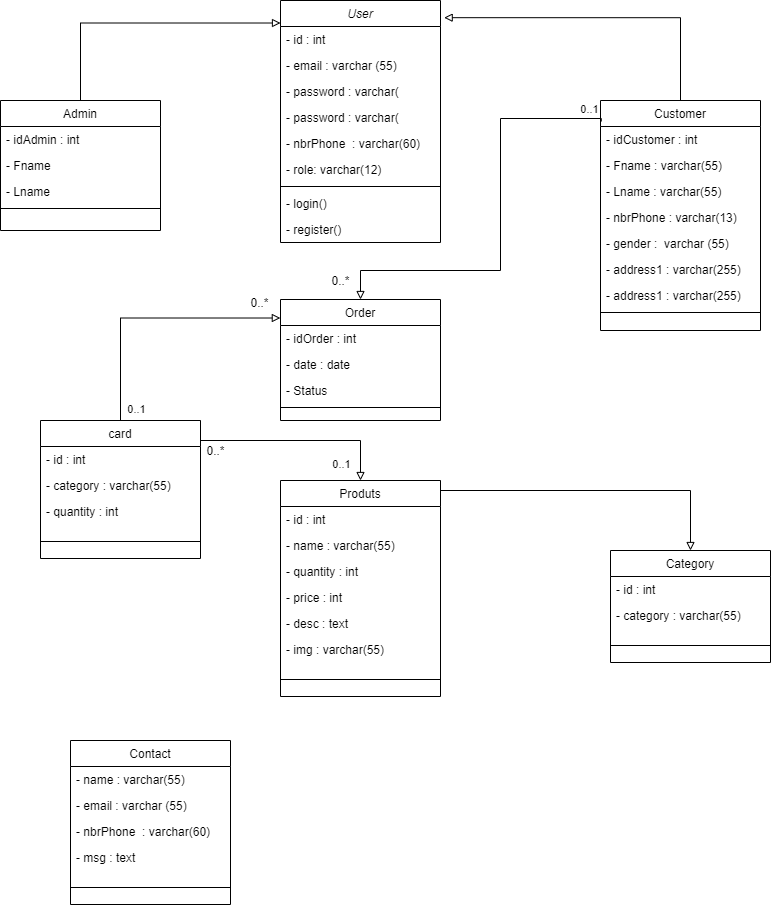
yassineelhoubi/ecommerce-website keeps this draw.io diagram as UML/Class Diagram.png. Above is the earlier version. Source tidied: cells renumbered, new cells last; positions are measured from the earlier drawing's top-left corner, leaving out a move shared by most shapes. Its diagram source:
```xml
<mxGraphModel>
  <root>
    <mxCell id="0" />
    <mxCell id="1" parent="0" />
    <mxCell id="2" value="User" style="swimlane;fontStyle=2;align=center;verticalAlign=top;horizontal=1;startSize=26;rounded=0;shadow=0;strokeWidth=1;" parent="1" vertex="1">
      <mxGeometry x="280" width="160" height="242" as="geometry" />
    </mxCell>
    <mxCell id="3" value="- id : int" style="text;align=left;verticalAlign=top;spacingLeft=4;spacingRight=4;overflow=hidden;" parent="2" vertex="1">
      <mxGeometry y="26" width="160" height="26" as="geometry" />
    </mxCell>
    <mxCell id="4" value="- email : varchar (55)" style="text;align=left;verticalAlign=top;spacingLeft=4;spacingRight=4;overflow=hidden;rounded=0;shadow=0;html=0;" parent="2" vertex="1">
      <mxGeometry y="52" width="160" height="26" as="geometry" />
    </mxCell>
    <mxCell id="5" value="- password : varchar(" style="text;align=left;verticalAlign=top;spacingLeft=4;spacingRight=4;overflow=hidden;rounded=0;shadow=0;html=0;" parent="2" vertex="1">
      <mxGeometry y="78" width="160" height="26" as="geometry" />
    </mxCell>
    <mxCell id="6" value="- password : varchar(" style="text;align=left;verticalAlign=top;spacingLeft=4;spacingRight=4;overflow=hidden;rounded=0;shadow=0;html=0;" parent="2" vertex="1">
      <mxGeometry y="104" width="160" height="26" as="geometry" />
    </mxCell>
    <mxCell id="7" value="- nbrPhone  : varchar(60)" style="text;align=left;verticalAlign=top;spacingLeft=4;spacingRight=4;overflow=hidden;rounded=0;shadow=0;html=0;" parent="2" vertex="1">
      <mxGeometry y="130" width="160" height="26" as="geometry" />
    </mxCell>
    <mxCell id="8" value="- role: varchar(12)" style="text;align=left;verticalAlign=top;spacingLeft=4;spacingRight=4;overflow=hidden;rounded=0;shadow=0;html=0;" parent="2" vertex="1">
      <mxGeometry y="156" width="160" height="26" as="geometry" />
    </mxCell>
    <mxCell id="9" style="line;html=1;strokeWidth=1;align=left;verticalAlign=middle;spacingTop=-1;spacingLeft=3;spacingRight=3;labelPosition=right;" parent="2" vertex="1">
      <mxGeometry y="182" width="160" height="8" as="geometry" />
    </mxCell>
    <mxCell id="10" value="- login()" style="text;align=left;verticalAlign=top;spacingLeft=4;spacingRight=4;overflow=hidden;" parent="2" vertex="1">
      <mxGeometry y="190" width="160" height="26" as="geometry" />
    </mxCell>
    <mxCell id="11" value="- register()" style="text;align=left;verticalAlign=top;spacingLeft=4;spacingRight=4;overflow=hidden;" parent="2" vertex="1">
      <mxGeometry y="216" width="160" height="26" as="geometry" />
    </mxCell>
    <mxCell id="12" style="edgeStyle=orthogonalEdgeStyle;rounded=0;jettySize=auto;html=1;exitX=0.5;exitY=0;exitDx=0;exitDy=0;entryX=0;entryY=0.093;entryDx=0;entryDy=0;endArrow=block;endFill=0;entryPerimeter=0;" parent="1" edge="1" source="13" target="2">
      <mxGeometry relative="1" as="geometry" />
    </mxCell>
    <mxCell id="13" value="Admin" style="swimlane;fontStyle=0;align=center;verticalAlign=top;horizontal=1;startSize=26;rounded=0;shadow=0;strokeWidth=1;" parent="1" vertex="1">
      <mxGeometry y="100" width="160" height="130" as="geometry" />
    </mxCell>
    <mxCell id="14" value="- idAdmin : int" style="text;align=left;verticalAlign=top;spacingLeft=4;spacingRight=4;overflow=hidden;" parent="13" vertex="1">
      <mxGeometry y="26" width="160" height="26" as="geometry" />
    </mxCell>
    <mxCell id="15" value="- Fname" style="text;align=left;verticalAlign=top;spacingLeft=4;spacingRight=4;overflow=hidden;rounded=0;shadow=0;html=0;" parent="13" vertex="1">
      <mxGeometry y="52" width="160" height="26" as="geometry" />
    </mxCell>
    <mxCell id="16" value="- Lname" style="text;align=left;verticalAlign=top;spacingLeft=4;spacingRight=4;overflow=hidden;rounded=0;shadow=0;html=0;" parent="13" vertex="1">
      <mxGeometry y="78" width="160" height="26" as="geometry" />
    </mxCell>
    <mxCell id="17" style="line;html=1;strokeWidth=1;align=left;verticalAlign=middle;spacingTop=-1;spacingLeft=3;spacingRight=3;labelPosition=right;" parent="13" vertex="1">
      <mxGeometry y="104" width="160" height="8" as="geometry" />
    </mxCell>
    <mxCell id="18" value="Customer" style="swimlane;fontStyle=0;align=center;verticalAlign=top;horizontal=1;startSize=26;rounded=0;shadow=0;strokeWidth=1;" parent="1" vertex="1">
      <mxGeometry x="600" y="100" width="160" height="230" as="geometry" />
    </mxCell>
    <mxCell id="19" value="- idCustomer : int" style="text;align=left;verticalAlign=top;spacingLeft=4;spacingRight=4;overflow=hidden;" parent="18" vertex="1">
      <mxGeometry y="26" width="160" height="26" as="geometry" />
    </mxCell>
    <mxCell id="20" value="- Fname : varchar(55)" style="text;align=left;verticalAlign=top;spacingLeft=4;spacingRight=4;overflow=hidden;rounded=0;shadow=0;html=0;" parent="18" vertex="1">
      <mxGeometry y="52" width="160" height="26" as="geometry" />
    </mxCell>
    <mxCell id="21" value="- Lname : varchar(55)" style="text;align=left;verticalAlign=top;spacingLeft=4;spacingRight=4;overflow=hidden;rounded=0;shadow=0;html=0;" parent="18" vertex="1">
      <mxGeometry y="78" width="160" height="26" as="geometry" />
    </mxCell>
    <mxCell id="22" value="- nbrPhone : varchar(13)" style="text;align=left;verticalAlign=top;spacingLeft=4;spacingRight=4;overflow=hidden;rounded=0;shadow=0;html=0;" parent="18" vertex="1">
      <mxGeometry y="104" width="160" height="26" as="geometry" />
    </mxCell>
    <mxCell id="23" value="- gender :  varchar (55)" style="text;align=left;verticalAlign=top;spacingLeft=4;spacingRight=4;overflow=hidden;rounded=0;shadow=0;html=0;" parent="18" vertex="1">
      <mxGeometry y="130" width="160" height="26" as="geometry" />
    </mxCell>
    <mxCell id="24" value="- address1 : varchar(255)" style="text;align=left;verticalAlign=top;spacingLeft=4;spacingRight=4;overflow=hidden;rounded=0;shadow=0;html=0;" parent="18" vertex="1">
      <mxGeometry y="156" width="160" height="26" as="geometry" />
    </mxCell>
    <mxCell id="25" value="- address1 : varchar(255)" style="text;align=left;verticalAlign=top;spacingLeft=4;spacingRight=4;overflow=hidden;rounded=0;shadow=0;html=0;" parent="18" vertex="1">
      <mxGeometry y="182" width="160" height="26" as="geometry" />
    </mxCell>
    <mxCell id="26" style="line;html=1;strokeWidth=1;align=left;verticalAlign=middle;spacingTop=-1;spacingLeft=3;spacingRight=3;labelPosition=right;" parent="18" vertex="1">
      <mxGeometry y="208" width="160" height="8" as="geometry" />
    </mxCell>
    <mxCell id="27" style="edgeStyle=orthogonalEdgeStyle;rounded=0;jettySize=auto;html=1;endArrow=block;endFill=0;exitX=0.5;exitY=0;exitDx=0;exitDy=0;entryX=1.023;entryY=0.071;entryDx=0;entryDy=0;entryPerimeter=0;" parent="1" edge="1" source="18" target="2">
      <mxGeometry relative="1" as="geometry" />
    </mxCell>
    <mxCell id="28" style="edgeStyle=orthogonalEdgeStyle;rounded=0;jettySize=auto;html=1;exitX=0.005;exitY=0.091;exitDx=0;exitDy=0;endArrow=block;endFill=0;entryX=0.5;entryY=0;entryDx=0;entryDy=0;exitPerimeter=0;" parent="1" edge="1" source="18" target="30">
      <mxGeometry relative="1" as="geometry">
        <Array as="points">
          <mxPoint x="601" y="118" />
          <mxPoint x="500" y="118" />
          <mxPoint x="500" y="270" />
          <mxPoint x="360" y="270" />
        </Array>
      </mxGeometry>
    </mxCell>
    <mxCell id="29" value="0..1" style="edgeLabel;html=1;align=center;verticalAlign=middle;" parent="28" vertex="1">
      <mxGeometry x="-0.94" y="-3" relative="1" as="geometry">
        <mxPoint x="-2" y="-7" as="offset" />
      </mxGeometry>
    </mxCell>
    <mxCell id="30" value="Order" style="swimlane;fontStyle=0;align=center;verticalAlign=top;horizontal=1;startSize=26;rounded=0;shadow=0;strokeWidth=1;" parent="1" vertex="1">
      <mxGeometry x="280" y="299" width="160" height="121" as="geometry" />
    </mxCell>
    <mxCell id="31" value="- idOrder : int" style="text;align=left;verticalAlign=top;spacingLeft=4;spacingRight=4;overflow=hidden;" parent="30" vertex="1">
      <mxGeometry y="26" width="160" height="26" as="geometry" />
    </mxCell>
    <mxCell id="32" value="- date : date" style="text;align=left;verticalAlign=top;spacingLeft=4;spacingRight=4;overflow=hidden;rounded=0;shadow=0;html=0;" parent="30" vertex="1">
      <mxGeometry y="52" width="160" height="26" as="geometry" />
    </mxCell>
    <mxCell id="33" value="- Status" style="text;align=left;verticalAlign=top;spacingLeft=4;spacingRight=4;overflow=hidden;rounded=0;shadow=0;html=0;" parent="30" vertex="1">
      <mxGeometry y="78" width="160" height="26" as="geometry" />
    </mxCell>
    <mxCell id="34" style="line;html=1;strokeWidth=1;align=left;verticalAlign=middle;spacingTop=-1;spacingLeft=3;spacingRight=3;labelPosition=right;" parent="30" vertex="1">
      <mxGeometry y="104" width="160" height="8" as="geometry" />
    </mxCell>
    <mxCell id="35" style="edgeStyle=orthogonalEdgeStyle;rounded=0;jettySize=auto;html=1;exitX=1;exitY=0;exitDx=0;exitDy=0;entryX=0.5;entryY=0;entryDx=0;entryDy=0;endArrow=block;endFill=0;" parent="1" edge="1" source="36" target="51">
      <mxGeometry relative="1" as="geometry">
        <Array as="points">
          <mxPoint x="440" y="490" />
          <mxPoint x="690" y="490" />
        </Array>
      </mxGeometry>
    </mxCell>
    <mxCell id="36" value="Produts" style="swimlane;fontStyle=0;align=center;verticalAlign=top;horizontal=1;startSize=26;rounded=0;shadow=0;strokeWidth=1;" parent="1" vertex="1">
      <mxGeometry x="280" y="480" width="160" height="216" as="geometry" />
    </mxCell>
    <mxCell id="37" value="- id : int" style="text;align=left;verticalAlign=top;spacingLeft=4;spacingRight=4;overflow=hidden;" parent="36" vertex="1">
      <mxGeometry y="26" width="160" height="26" as="geometry" />
    </mxCell>
    <mxCell id="38" value="- name : varchar(55)" style="text;align=left;verticalAlign=top;spacingLeft=4;spacingRight=4;overflow=hidden;rounded=0;shadow=0;html=0;" parent="36" vertex="1">
      <mxGeometry y="52" width="160" height="26" as="geometry" />
    </mxCell>
    <mxCell id="39" value="- quantity : int" style="text;align=left;verticalAlign=top;spacingLeft=4;spacingRight=4;overflow=hidden;rounded=0;shadow=0;html=0;" parent="36" vertex="1">
      <mxGeometry y="78" width="160" height="26" as="geometry" />
    </mxCell>
    <mxCell id="40" value="- price : int" style="text;align=left;verticalAlign=top;spacingLeft=4;spacingRight=4;overflow=hidden;rounded=0;shadow=0;html=0;" parent="36" vertex="1">
      <mxGeometry y="104" width="160" height="26" as="geometry" />
    </mxCell>
    <mxCell id="41" value="- desc : text" style="text;align=left;verticalAlign=top;spacingLeft=4;spacingRight=4;overflow=hidden;rounded=0;shadow=0;html=0;" parent="36" vertex="1">
      <mxGeometry y="130" width="160" height="26" as="geometry" />
    </mxCell>
    <mxCell id="42" value="- img : varchar(55)" style="text;align=left;verticalAlign=top;spacingLeft=4;spacingRight=4;overflow=hidden;rounded=0;shadow=0;html=0;" parent="36" vertex="1">
      <mxGeometry y="156" width="160" height="26" as="geometry" />
    </mxCell>
    <mxCell id="43" style="line;html=1;strokeWidth=1;align=left;verticalAlign=middle;spacingTop=-1;spacingLeft=3;spacingRight=3;labelPosition=right;" parent="36" vertex="1">
      <mxGeometry y="182" width="160" height="34" as="geometry" />
    </mxCell>
    <mxCell id="44" style="edgeStyle=orthogonalEdgeStyle;rounded=0;jettySize=auto;html=1;exitX=0.5;exitY=0;exitDx=0;exitDy=0;endArrow=block;endFill=0;entryX=-0.001;entryY=0.153;entryDx=0;entryDy=0;entryPerimeter=0;" parent="1" edge="1" source="46" target="30">
      <mxGeometry relative="1" as="geometry" />
    </mxCell>
    <mxCell id="45" style="edgeStyle=orthogonalEdgeStyle;rounded=0;jettySize=auto;html=1;exitX=1;exitY=0;exitDx=0;exitDy=0;entryX=0.5;entryY=0;entryDx=0;entryDy=0;endArrow=block;endFill=0;" parent="1" edge="1" source="46" target="36">
      <mxGeometry relative="1" as="geometry">
        <Array as="points">
          <mxPoint x="200" y="440" />
          <mxPoint x="360" y="440" />
        </Array>
      </mxGeometry>
    </mxCell>
    <mxCell id="46" value="card" style="swimlane;fontStyle=0;align=center;verticalAlign=top;horizontal=1;startSize=26;rounded=0;shadow=0;strokeWidth=1;" parent="1" vertex="1">
      <mxGeometry x="40" y="420" width="160" height="138" as="geometry" />
    </mxCell>
    <mxCell id="47" value="- id : int" style="text;align=left;verticalAlign=top;spacingLeft=4;spacingRight=4;overflow=hidden;" parent="46" vertex="1">
      <mxGeometry y="26" width="160" height="26" as="geometry" />
    </mxCell>
    <mxCell id="48" value="- category : varchar(55)" style="text;align=left;verticalAlign=top;spacingLeft=4;spacingRight=4;overflow=hidden;rounded=0;shadow=0;html=0;" parent="46" vertex="1">
      <mxGeometry y="52" width="160" height="26" as="geometry" />
    </mxCell>
    <mxCell id="49" value="- quantity : int" style="text;align=left;verticalAlign=top;spacingLeft=4;spacingRight=4;overflow=hidden;rounded=0;shadow=0;html=0;" parent="46" vertex="1">
      <mxGeometry y="78" width="160" height="26" as="geometry" />
    </mxCell>
    <mxCell id="50" style="line;html=1;strokeWidth=1;align=left;verticalAlign=middle;spacingTop=-1;spacingLeft=3;spacingRight=3;labelPosition=right;" parent="46" vertex="1">
      <mxGeometry y="104" width="160" height="34" as="geometry" />
    </mxCell>
    <mxCell id="51" value="Category" style="swimlane;fontStyle=0;align=center;verticalAlign=top;horizontal=1;startSize=26;rounded=0;shadow=0;strokeWidth=1;" parent="1" vertex="1">
      <mxGeometry x="610" y="550" width="160" height="112" as="geometry" />
    </mxCell>
    <mxCell id="52" value="- id : int" style="text;align=left;verticalAlign=top;spacingLeft=4;spacingRight=4;overflow=hidden;" parent="51" vertex="1">
      <mxGeometry y="26" width="160" height="26" as="geometry" />
    </mxCell>
    <mxCell id="53" value="- category : varchar(55)" style="text;align=left;verticalAlign=top;spacingLeft=4;spacingRight=4;overflow=hidden;rounded=0;shadow=0;html=0;" parent="51" vertex="1">
      <mxGeometry y="52" width="160" height="26" as="geometry" />
    </mxCell>
    <mxCell id="54" style="line;html=1;strokeWidth=1;align=left;verticalAlign=middle;spacingTop=-1;spacingLeft=3;spacingRight=3;labelPosition=right;" parent="51" vertex="1">
      <mxGeometry y="78" width="160" height="34" as="geometry" />
    </mxCell>
    <mxCell id="55" value="0..*" style="text;html=1;align=center;verticalAlign=middle;strokeColor=none;" parent="1" vertex="1">
      <mxGeometry x="325" y="270" width="30" height="20" as="geometry" />
    </mxCell>
    <mxCell id="56" value="0..*" style="text;html=1;align=center;verticalAlign=middle;strokeColor=none;" parent="1" vertex="1">
      <mxGeometry x="244" y="292" width="30" height="20" as="geometry" />
    </mxCell>
    <mxCell id="57" value="0..1" style="edgeLabel;html=1;align=center;verticalAlign=middle;" parent="1" vertex="1">
      <mxGeometry x="350" y="340" as="geometry">
        <mxPoint x="-215" y="68" as="offset" />
      </mxGeometry>
    </mxCell>
    <mxCell id="58" value="0..*" style="text;html=1;align=center;verticalAlign=middle;strokeColor=none;" parent="1" vertex="1">
      <mxGeometry x="200" y="440" width="30" height="20" as="geometry" />
    </mxCell>
    <mxCell id="59" value="0..1" style="edgeLabel;html=1;align=center;verticalAlign=middle;" parent="1" vertex="1">
      <mxGeometry x="570" y="110" as="geometry">
        <mxPoint x="-230" y="353" as="offset" />
      </mxGeometry>
    </mxCell>
    <mxCell id="60" value="Contact" style="swimlane;fontStyle=0;align=center;verticalAlign=top;horizontal=1;startSize=26;rounded=0;shadow=0;strokeWidth=1;" parent="1" vertex="1">
      <mxGeometry x="70" y="740" width="160" height="164" as="geometry" />
    </mxCell>
    <mxCell id="61" value="- name : varchar(55)" style="text;align=left;verticalAlign=top;spacingLeft=4;spacingRight=4;overflow=hidden;" parent="60" vertex="1">
      <mxGeometry y="26" width="160" height="26" as="geometry" />
    </mxCell>
    <mxCell id="62" value="- email : varchar (55)" style="text;align=left;verticalAlign=top;spacingLeft=4;spacingRight=4;overflow=hidden;rounded=0;shadow=0;html=0;" parent="60" vertex="1">
      <mxGeometry y="52" width="160" height="26" as="geometry" />
    </mxCell>
    <mxCell id="63" value="- nbrPhone  : varchar(60)" style="text;align=left;verticalAlign=top;spacingLeft=4;spacingRight=4;overflow=hidden;rounded=0;shadow=0;html=0;" parent="60" vertex="1">
      <mxGeometry y="78" width="160" height="26" as="geometry" />
    </mxCell>
    <mxCell id="64" value="- msg : text" style="text;align=left;verticalAlign=top;spacingLeft=4;spacingRight=4;overflow=hidden;rounded=0;shadow=0;html=0;" parent="60" vertex="1">
      <mxGeometry y="104" width="160" height="26" as="geometry" />
    </mxCell>
    <mxCell id="65" style="line;html=1;strokeWidth=1;align=left;verticalAlign=middle;spacingTop=-1;spacingLeft=3;spacingRight=3;labelPosition=right;" parent="60" vertex="1">
      <mxGeometry y="130" width="160" height="34" as="geometry" />
    </mxCell>
  </root>
</mxGraphModel>
```
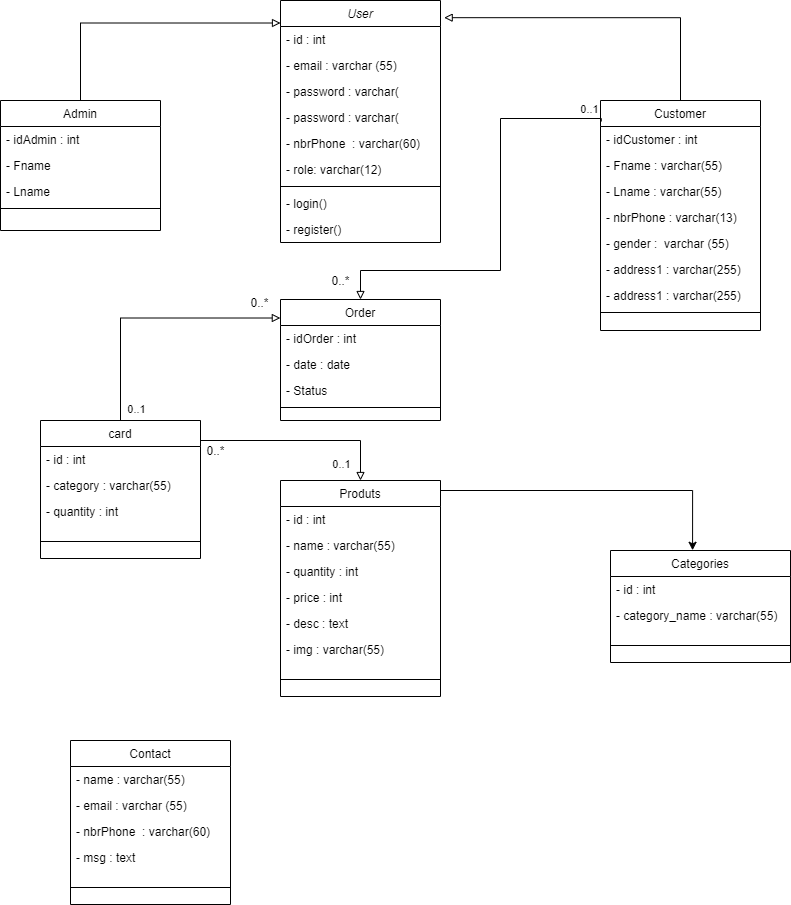
Later version of the same file.

Commit message:
update class diagram & create 'categories' table in db

Diff of the diagram source:
```diff
@@ -110,11 +110,11 @@
     <mxCell id="34" style="line;html=1;strokeWidth=1;align=left;verticalAlign=middle;spacingTop=-1;spacingLeft=3;spacingRight=3;labelPosition=right;" parent="30" vertex="1">
       <mxGeometry y="104" width="160" height="8" as="geometry" />
     </mxCell>
-    <mxCell id="35" style="edgeStyle=orthogonalEdgeStyle;rounded=0;jettySize=auto;html=1;exitX=1;exitY=0;exitDx=0;exitDy=0;entryX=0.5;entryY=0;entryDx=0;entryDy=0;endArrow=block;endFill=0;" parent="1" edge="1" source="36" target="51">
+    <mxCell id="35" style="edgeStyle=orthogonalEdgeStyle;rounded=0;jettySize=auto;html=1;exitX=1;exitY=0;exitDx=0;exitDy=0;entryX=0.456;entryY=-0.002;entryDx=0;entryDy=0;entryPerimeter=0;" parent="1" edge="1" source="36" target="51">
       <mxGeometry relative="1" as="geometry">
         <Array as="points">
           <mxPoint x="440" y="490" />
-          <mxPoint x="690" y="490" />
+          <mxPoint x="692" y="490" />
         </Array>
       </mxGeometry>
     </mxCell>
@@ -168,17 +168,17 @@
     <mxCell id="50" style="line;html=1;strokeWidth=1;align=left;verticalAlign=middle;spacingTop=-1;spacingLeft=3;spacingRight=3;labelPosition=right;" parent="46" vertex="1">
       <mxGeometry y="104" width="160" height="34" as="geometry" />
     </mxCell>
-    <mxCell id="51" value="Category" style="swimlane;fontStyle=0;align=center;verticalAlign=top;horizontal=1;startSize=26;rounded=0;shadow=0;strokeWidth=1;" parent="1" vertex="1">
-      <mxGeometry x="610" y="550" width="160" height="112" as="geometry" />
+    <mxCell id="51" value="Categories" style="swimlane;fontStyle=0;align=center;verticalAlign=top;horizontal=1;startSize=26;rounded=0;shadow=0;strokeWidth=1;" parent="1" vertex="1">
+      <mxGeometry x="610" y="550" width="180" height="112" as="geometry" />
     </mxCell>
     <mxCell id="52" value="- id : int" style="text;align=left;verticalAlign=top;spacingLeft=4;spacingRight=4;overflow=hidden;" parent="51" vertex="1">
-      <mxGeometry y="26" width="160" height="26" as="geometry" />
+      <mxGeometry y="26" width="180" height="26" as="geometry" />
     </mxCell>
-    <mxCell id="53" value="- category : varchar(55)" style="text;align=left;verticalAlign=top;spacingLeft=4;spacingRight=4;overflow=hidden;rounded=0;shadow=0;html=0;" parent="51" vertex="1">
-      <mxGeometry y="52" width="160" height="26" as="geometry" />
+    <mxCell id="53" value="- category_name : varchar(55)" style="text;align=left;verticalAlign=top;spacingLeft=4;spacingRight=4;overflow=hidden;rounded=0;shadow=0;html=0;" parent="51" vertex="1">
+      <mxGeometry y="52" width="180" height="26" as="geometry" />
     </mxCell>
     <mxCell id="54" style="line;html=1;strokeWidth=1;align=left;verticalAlign=middle;spacingTop=-1;spacingLeft=3;spacingRight=3;labelPosition=right;" parent="51" vertex="1">
-      <mxGeometry y="78" width="160" height="34" as="geometry" />
+      <mxGeometry y="78" width="180" height="34" as="geometry" />
     </mxCell>
     <mxCell id="55" value="0..*" style="text;html=1;align=center;verticalAlign=middle;strokeColor=none;" parent="1" vertex="1">
       <mxGeometry x="325" y="270" width="30" height="20" as="geometry" />
```
